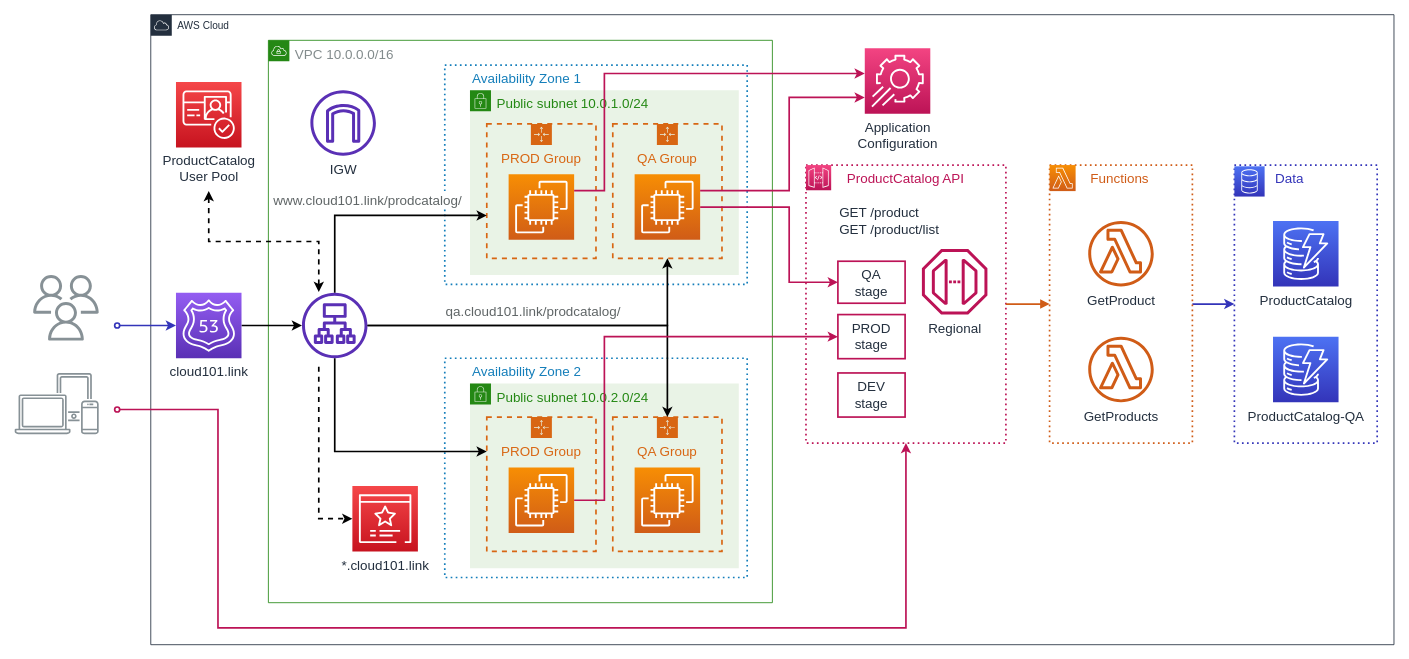
Before: diagrams/ProductCatalogArch.drawio in PrahladKulkarni/aws, a draw.io diagram. Source tidied: cells renumbered, new cells numbered last; positions are measured from the earlier drawing's top-left corner, leaving out a move shared by most shapes. Both pictures are drawn from the tidied source at 84%, with x=0, y=0 at pixel (14, 14).
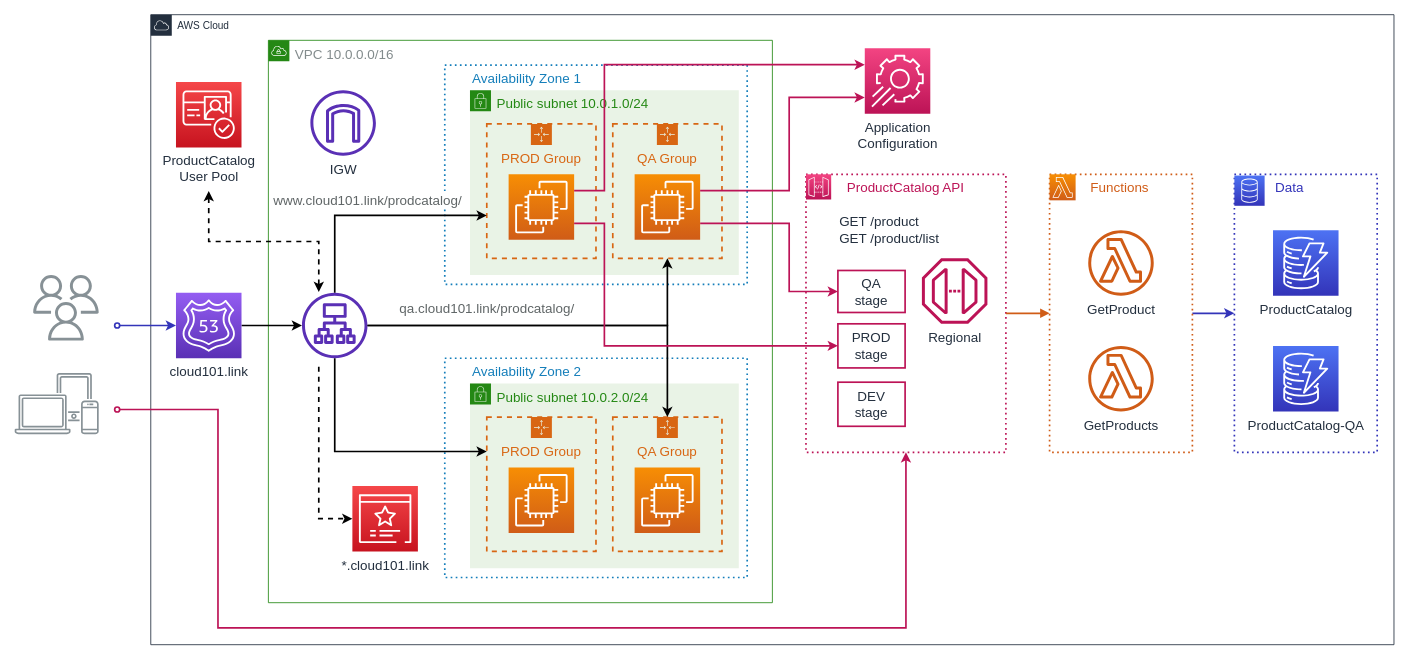
The same diagram, later.

Commit message (it also covers changes not shown here):
Better diagram layout

Unchanged cells that the change refers to:
```xml
<mxCell id="14" style="points=[[0,0,0],[0.25,0,0],[0.5,0,0],[0.75,0,0],[1,0,0],[0,1,0],[0.25,1,0],[0.5,1,0],[0.75,1,0],[1,1,0],[0,0.25,0],[0,0.5,0],[0,0.75,0],[1,0.25,0],[1,0.5,0],[1,0.75,0]];outlineConnect=0;fontColor=#232F3E;gradientColor=#F78E04;gradientDirection=north;fillColor=#D05C17;strokeColor=#ffffff;dashed=0;verticalLabelPosition=bottom;verticalAlign=top;align=center;html=1;fontSize=16;fontStyle=0;shape=mxgraph.aws4.resourceIcon;resIcon=mxgraph.aws4.ec2;shadow=0;" parent="1" vertex="1">
  <mxGeometry x="588" y="190" width="78" height="78" as="geometry" />
</mxCell>
<mxCell id="16" style="points=[[0,0,0],[0.25,0,0],[0.5,0,0],[0.75,0,0],[1,0,0],[0,1,0],[0.25,1,0],[0.5,1,0],[0.75,1,0],[1,1,0],[0,0.25,0],[0,0.5,0],[0,0.75,0],[1,0.25,0],[1,0.5,0],[1,0.75,0]];outlineConnect=0;fontColor=#232F3E;gradientColor=#F78E04;gradientDirection=north;fillColor=#D05C17;strokeColor=#ffffff;dashed=0;verticalLabelPosition=bottom;verticalAlign=top;align=center;html=1;fontSize=16;fontStyle=0;shape=mxgraph.aws4.resourceIcon;resIcon=mxgraph.aws4.ec2;shadow=0;" parent="1" vertex="1">
  <mxGeometry x="738" y="190" width="78" height="78" as="geometry" />
</mxCell>
<mxCell id="22" style="edgeStyle=orthogonalEdgeStyle;rounded=0;jettySize=auto;html=1;entryX=0.5;entryY=1;entryDx=0;entryDy=0;fontSize=16;fontColor=#232F3E;strokeColor=#000000;strokeWidth=2;" parent="1" edge="1" source="8" target="11">
  <mxGeometry relative="1" as="geometry" />
</mxCell>
<mxCell id="28" style="points=[[0,0,0],[0.25,0,0],[0.5,0,0],[0.75,0,0],[1,0,0],[0,1,0],[0.25,1,0],[0.5,1,0],[0.75,1,0],[1,1,0],[0,0.25,0],[0,0.5,0],[0,0.75,0],[1,0.25,0],[1,0.5,0],[1,0.75,0]];outlineConnect=0;fontColor=#232F3E;gradientColor=#F78E04;gradientDirection=north;fillColor=#D05C17;strokeColor=#ffffff;dashed=0;verticalLabelPosition=bottom;verticalAlign=top;align=center;html=1;fontSize=16;fontStyle=0;shape=mxgraph.aws4.resourceIcon;resIcon=mxgraph.aws4.ec2;shadow=0;" parent="1" vertex="1">
  <mxGeometry x="588" y="539" width="78" height="78" as="geometry" />
</mxCell>
<mxCell id="53" value="Application&lt;br style=&quot;font-size: 16px;&quot;&gt;Configuration" style="points=[[0,0,0],[0.25,0,0],[0.5,0,0],[0.75,0,0],[1,0,0],[0,1,0],[0.25,1,0],[0.5,1,0],[0.75,1,0],[1,1,0],[0,0.25,0],[0,0.5,0],[0,0.75,0],[1,0.25,0],[1,0.5,0],[1,0.75,0]];points=[[0,0,0],[0.25,0,0],[0.5,0,0],[0.75,0,0],[1,0,0],[0,1,0],[0.25,1,0],[0.5,1,0],[0.75,1,0],[1,1,0],[0,0.25,0],[0,0.5,0],[0,0.75,0],[1,0.25,0],[1,0.5,0],[1,0.75,0]];outlineConnect=0;fontColor=#232F3E;gradientColor=#F34482;gradientDirection=north;fillColor=#BC1356;strokeColor=#ffffff;dashed=0;verticalLabelPosition=bottom;verticalAlign=top;align=center;html=1;fontSize=16;fontStyle=0;shape=mxgraph.aws4.resourceIcon;resIcon=mxgraph.aws4.app_config;" parent="1" vertex="1">
  <mxGeometry x="1012" y="40" width="78" height="78" as="geometry" />
</mxCell>
```

What changed in the source:
```diff
@@
     <mxCell id="4" value="Functions" style="fillColor=none;dashed=1;verticalAlign=top;fontStyle=0;shadow=0;fontSize=16;html=1;strokeWidth=2;align=left;spacingLeft=47;dashPattern=1 2;strokeColor=#D05C17;fontColor=#D05C17;" parent="1" vertex="1">
-      <mxGeometry x="1232" y="179" width="170" height="331" as="geometry" />
+      <mxGeometry x="1232" y="190" width="170" height="331" as="geometry" />
     </mxCell>
@@
     <mxCell id="6" value="ProductCatalog API" style="fillColor=none;dashed=1;verticalAlign=top;fontStyle=0;shadow=0;fontSize=16;html=1;strokeWidth=2;align=left;spacingLeft=47;dashPattern=1 2;strokeColor=#BC1356;fontColor=#BC1356;" parent="1" vertex="1">
-      <mxGeometry x="942" y="179" width="238" height="331" as="geometry" />
+      <mxGeometry x="942" y="190" width="238" height="331" as="geometry" />
     </mxCell>
@@
     <mxCell id="12" style="fontColor=#232F3E;gradientColor=#F34482;gradientDirection=north;fillColor=#BC1356;strokeColor=#ffffff;dashed=0;verticalLabelPosition=bottom;verticalAlign=top;align=center;html=1;fontSize=16;fontStyle=0;shape=mxgraph.aws4.resourceIcon;resIcon=mxgraph.aws4.api_gateway;strokeWidth=3;perimeterSpacing=0;shadow=0;" parent="1" vertex="1">
-      <mxGeometry x="942" y="179" width="30" height="30" as="geometry" />
+      <mxGeometry x="942" y="190" width="30" height="30" as="geometry" />
     </mxCell>
     <mxCell id="13" value="Regional" style="fontColor=#232F3E;gradientColor=none;fillColor=#BC1356;strokeColor=none;dashed=0;verticalLabelPosition=bottom;verticalAlign=top;align=center;html=1;fontSize=16;fontStyle=0;shape=mxgraph.aws4.endpoint;strokeWidth=3;perimeterSpacing=0;shadow=0;" parent="1" vertex="1">
-      <mxGeometry x="1080" y="279" width="78" height="78" as="geometry" />
+      <mxGeometry x="1080" y="290" width="78" height="78" as="geometry" />
     </mxCell>
@@
-    <mxCell id="15" style="edgeStyle=elbowEdgeStyle;jumpStyle=none;jettySize=auto;html=1;exitX=1;exitY=0.5;exitDx=0;exitDy=0;exitPerimeter=0;entryX=0;entryY=0.5;entryDx=0;entryDy=0;fontSize=16;fontColor=#5F6566;startArrow=none;startFill=0;endArrow=classic;endFill=1;strokeColor=#BC1356;strokeWidth=2;rounded=0;" parent="1" edge="1" source="16" target="17">
+    <mxCell id="15" style="edgeStyle=elbowEdgeStyle;jumpStyle=none;jettySize=auto;html=1;exitX=1;exitY=0.75;exitDx=0;exitDy=0;exitPerimeter=0;entryX=0;entryY=0.5;entryDx=0;entryDy=0;fontSize=16;fontColor=#5F6566;startArrow=none;startFill=0;endArrow=classic;endFill=1;strokeColor=#BC1356;strokeWidth=2;rounded=0;" parent="1" edge="1" source="16" target="17">
       <mxGeometry relative="1" as="geometry">
         <Array as="points">
           <mxPoint x="922" y="270" />
         </Array>
       </mxGeometry>
     </mxCell>
@@
     <mxCell id="17" value="QA&lt;br style=&quot;font-size: 16px;&quot;&gt;stage" style="rounded=0;whiteSpace=wrap;html=1;shadow=0;dashed=0;fontSize=16;fontColor=#232F3E;strokeWidth=2;fillColor=none;align=center;verticalAlign=middle;strokeColor=#BC1356;" parent="1" vertex="1">
-      <mxGeometry x="980" y="293.5" width="80" height="50" as="geometry" />
+      <mxGeometry x="980" y="304.5" width="80" height="50" as="geometry" />
     </mxCell>
     <mxCell id="18" value="PROD stage" style="rounded=0;whiteSpace=wrap;html=1;shadow=0;dashed=0;fontSize=16;fontColor=#232F3E;strokeWidth=2;fillColor=none;align=center;verticalAlign=middle;strokeColor=#BC1356;horizontal=1;" parent="1" vertex="1">
-      <mxGeometry x="980" y="357" width="80" height="52.5" as="geometry" />
+      <mxGeometry x="980" y="368" width="80" height="52.5" as="geometry" />
     </mxCell>
     <mxCell id="19" value="GET /product&lt;br style=&quot;font-size: 16px;&quot;&gt;GET /product/list" style="text;html=1;strokeColor=none;fillColor=none;align=left;verticalAlign=middle;whiteSpace=wrap;rounded=0;shadow=0;dashed=0;fontSize=16;fontColor=#232F3E;spacingTop=0;" parent="1" vertex="1">
-      <mxGeometry x="980" y="235" width="142" height="20" as="geometry" />
+      <mxGeometry x="980" y="246" width="142" height="20" as="geometry" />
     </mxCell>
@@
     <mxCell id="23" value="qa.cloud101.link/prodcatalog/" style="edgeLabel;html=1;align=center;verticalAlign=middle;fontSize=16;fontColor=#5F6566;" parent="22" vertex="1">
       <mxGeometry x="-0.12" relative="1" as="geometry">
-        <mxPoint x="4" y="-18" as="offset" />
+        <mxPoint x="-51" y="-21" as="offset" />
       </mxGeometry>
     </mxCell>
@@
-    <mxCell id="39" style="edgeStyle=elbowEdgeStyle;jumpStyle=none;jettySize=auto;html=1;entryX=0;entryY=0.5;entryDx=0;entryDy=0;fontSize=16;fontColor=#5F6566;startArrow=none;startFill=0;endArrow=classic;endFill=1;strokeColor=#BC1356;strokeWidth=2;rounded=0;exitX=1;exitY=0.5;exitDx=0;exitDy=0;exitPerimeter=0;" parent="1" edge="1" source="28" target="18">
+    <mxCell id="39" style="edgeStyle=elbowEdgeStyle;jumpStyle=none;jettySize=auto;html=1;entryX=0;entryY=0.5;entryDx=0;entryDy=0;fontSize=16;fontColor=#5F6566;startArrow=none;startFill=0;endArrow=classic;endFill=1;strokeColor=#BC1356;strokeWidth=2;rounded=0;exitX=1;exitY=0.75;exitDx=0;exitDy=0;exitPerimeter=0;" parent="1" edge="1" source="14" target="18">
       <mxGeometry relative="1" as="geometry">
         <Array as="points">
+          <mxPoint x="702" y="383" />
           <mxPoint x="702" y="470" />
         </Array>
       </mxGeometry>
     </mxCell>
     <mxCell id="40" value="DEV&lt;br&gt;stage" style="rounded=0;whiteSpace=wrap;html=1;shadow=0;dashed=0;fontSize=16;fontColor=#232F3E;strokeWidth=2;fillColor=none;align=center;verticalAlign=middle;strokeColor=#BC1356;horizontal=1;" parent="1" vertex="1">
-      <mxGeometry x="980" y="426.5" width="80" height="52.5" as="geometry" />
+      <mxGeometry x="980" y="437.5" width="80" height="52.5" as="geometry" />
     </mxCell>
@@
     <mxCell id="42" value="GetProduct" style="fontColor=#232F3E;gradientColor=none;fillColor=#D05C17;strokeColor=none;dashed=0;verticalLabelPosition=bottom;verticalAlign=top;align=center;fontSize=16;fontStyle=0;shape=mxgraph.aws4.lambda_function;rounded=0;shadow=0;dashPattern=1 2;html=1;" parent="1" vertex="1">
-      <mxGeometry x="1278" y="245.5" width="78" height="78" as="geometry" />
+      <mxGeometry x="1278" y="256.5" width="78" height="78" as="geometry" />
     </mxCell>
     <mxCell id="43" value="GetProducts" style="fontColor=#232F3E;gradientColor=none;fillColor=#D05C17;strokeColor=none;dashed=0;verticalLabelPosition=bottom;verticalAlign=top;align=center;fontSize=16;fontStyle=0;shape=mxgraph.aws4.lambda_function;rounded=0;shadow=0;dashPattern=1 2;html=1;" parent="1" vertex="1">
-      <mxGeometry x="1278" y="383.5" width="78" height="78" as="geometry" />
+      <mxGeometry x="1278" y="394.5" width="78" height="78" as="geometry" />
     </mxCell>
     <mxCell id="44" style="fontColor=#232F3E;gradientColor=#F78E04;gradientDirection=north;fillColor=#D05C17;strokeColor=#ffffff;dashed=0;verticalLabelPosition=bottom;verticalAlign=top;align=center;html=1;fontSize=12;fontStyle=0;shape=mxgraph.aws4.resourceIcon;resIcon=mxgraph.aws4.lambda;rounded=0;shadow=0;dashPattern=1 2;" parent="1" vertex="1">
-      <mxGeometry x="1232" y="179" width="31" height="31" as="geometry" />
+      <mxGeometry x="1232" y="190" width="31" height="31" as="geometry" />
     </mxCell>
@@
     <mxCell id="46" value="Data" style="fillColor=none;dashed=1;verticalAlign=top;fontStyle=0;shadow=0;fontSize=16;html=1;strokeWidth=2;align=left;spacingLeft=47;dashPattern=1 2;strokeColor=#3334B9;fontColor=#3334B9;" parent="1" vertex="1">
-      <mxGeometry x="1452" y="179" width="170" height="331" as="geometry" />
+      <mxGeometry x="1452" y="190" width="170" height="331" as="geometry" />
     </mxCell>
     <mxCell id="47" value="ProductCatalog" style="fontColor=#232F3E;gradientColor=#4D72F3;gradientDirection=north;fillColor=#3334B9;strokeColor=#ffffff;dashed=0;verticalLabelPosition=bottom;verticalAlign=top;align=center;html=1;fontSize=16;fontStyle=0;shape=mxgraph.aws4.resourceIcon;resIcon=mxgraph.aws4.dynamodb;rounded=0;shadow=0;dashPattern=1 2;" parent="1" vertex="1">
-      <mxGeometry x="1498" y="245.5" width="78" height="78" as="geometry" />
+      <mxGeometry x="1498" y="256.5" width="78" height="78" as="geometry" />
     </mxCell>
     <mxCell id="48" value="ProductCatalog-QA" style="fontColor=#232F3E;gradientColor=#4D72F3;gradientDirection=north;fillColor=#3334B9;strokeColor=#ffffff;dashed=0;verticalLabelPosition=bottom;verticalAlign=top;align=center;html=1;fontSize=16;fontStyle=0;shape=mxgraph.aws4.resourceIcon;resIcon=mxgraph.aws4.dynamodb;rounded=0;shadow=0;dashPattern=1 2;" parent="1" vertex="1">
-      <mxGeometry x="1498" y="383.5" width="78" height="78" as="geometry" />
+      <mxGeometry x="1498" y="394.5" width="78" height="78" as="geometry" />
     </mxCell>
     <mxCell id="49" style="fontColor=#232F3E;gradientColor=#4D72F3;gradientDirection=north;fillColor=#3334B9;strokeColor=#ffffff;dashed=0;verticalLabelPosition=bottom;verticalAlign=top;align=center;html=1;fontSize=12;fontStyle=0;shape=mxgraph.aws4.resourceIcon;resIcon=mxgraph.aws4.database;rounded=0;shadow=0;dashPattern=1 2;" parent="1" vertex="1">
-      <mxGeometry x="1452" y="180.5" width="36" height="36" as="geometry" />
+      <mxGeometry x="1452" y="191.5" width="36" height="36" as="geometry" />
     </mxCell>
@@
-    <mxCell id="55" style="edgeStyle=elbowEdgeStyle;jumpStyle=none;jettySize=auto;html=1;fontSize=16;fontColor=#5F6566;startArrow=none;startFill=0;endArrow=classic;endFill=1;strokeColor=#BC1356;strokeWidth=2;rounded=0;exitX=1;exitY=0.25;exitDx=0;exitDy=0;exitPerimeter=0;" parent="1" edge="1" source="14">
+    <mxCell id="55" style="edgeStyle=elbowEdgeStyle;jumpStyle=none;jettySize=auto;html=1;fontSize=16;fontColor=#5F6566;startArrow=none;startFill=0;endArrow=classic;endFill=1;strokeColor=#BC1356;strokeWidth=2;rounded=0;exitX=1;exitY=0.25;exitDx=0;exitDy=0;exitPerimeter=0;entryX=0;entryY=0.25;entryDx=0;entryDy=0;entryPerimeter=0;" parent="1" edge="1" source="14" target="53">
       <mxGeometry relative="1" as="geometry">
-        <mxPoint x="1012" y="70" as="targetPoint" />
         <Array as="points">
           <mxPoint x="702" y="90" />
           <mxPoint x="702" y="110" />
           <mxPoint x="932" y="249.5" />
         </Array>
       </mxGeometry>
     </mxCell>
```
